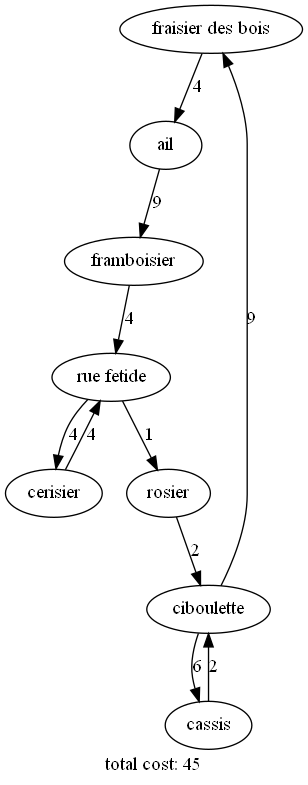
This is output_weighted.png from howdrox/Our-Garden, a Graphviz export, as it was before one commit. Its source is kept beside it as output_weighted.dot. The source it was exported from:
```dot
digraph {
"fraisier des bois" -> "ail" [label=4]
"ail" -> "framboisier" [label=9]
"framboisier" -> "rue fetide" [label=4]
"rue fetide" -> "cerisier" [label=4]
"cerisier" -> "rue fetide" [label=4]
"rue fetide" -> "rosier" [label=1]
"rosier" -> "ciboulette" [label=2]
"ciboulette" -> "cassis" [label=6]
"cassis" -> "ciboulette" [label=2]
"ciboulette" -> "fraisier des bois" [label=9]
label="total cost: 45"}
```
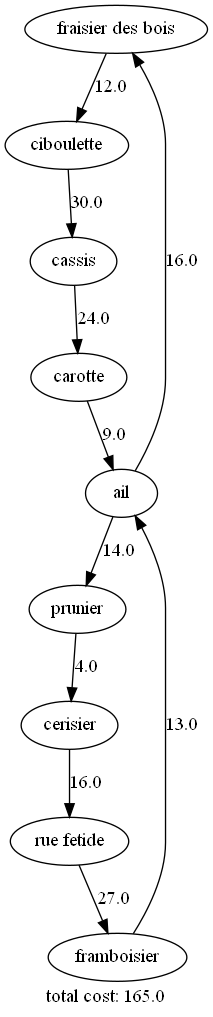
Later version of the same file.

Diff of the diagram source:
```diff
@@ -1,12 +1,13 @@
 digraph {
-"fraisier des bois" -> "ail" [label=4]
-"ail" -> "framboisier" [label=9]
-"framboisier" -> "rue fetide" [label=4]
-"rue fetide" -> "cerisier" [label=4]
-"cerisier" -> "rue fetide" [label=4]
-"rue fetide" -> "rosier" [label=1]
-"rosier" -> "ciboulette" [label=2]
-"ciboulette" -> "cassis" [label=6]
-"cassis" -> "ciboulette" [label=2]
-"ciboulette" -> "fraisier des bois" [label=9]
-label="total cost: 45"}
+"fraisier des bois" -> "ciboulette" [label=12.0]
+"ciboulette" -> "cassis" [label=30.0]
+"cassis" -> "carotte" [label=24.0]
+"carotte" -> "ail" [label=9.0]
+"ail" -> "prunier" [label=14.0]
+"prunier" -> "cerisier" [label=4.0]
+"cerisier" -> "rue fetide" [label=16.0]
+"rue fetide" -> "framboisier" [label=27.0]
+"framboisier" -> "ail" [label=13.0]
+"ail" -> "fraisier des bois" [label=16.0]
+label="total cost: 165.0"
+}
```
